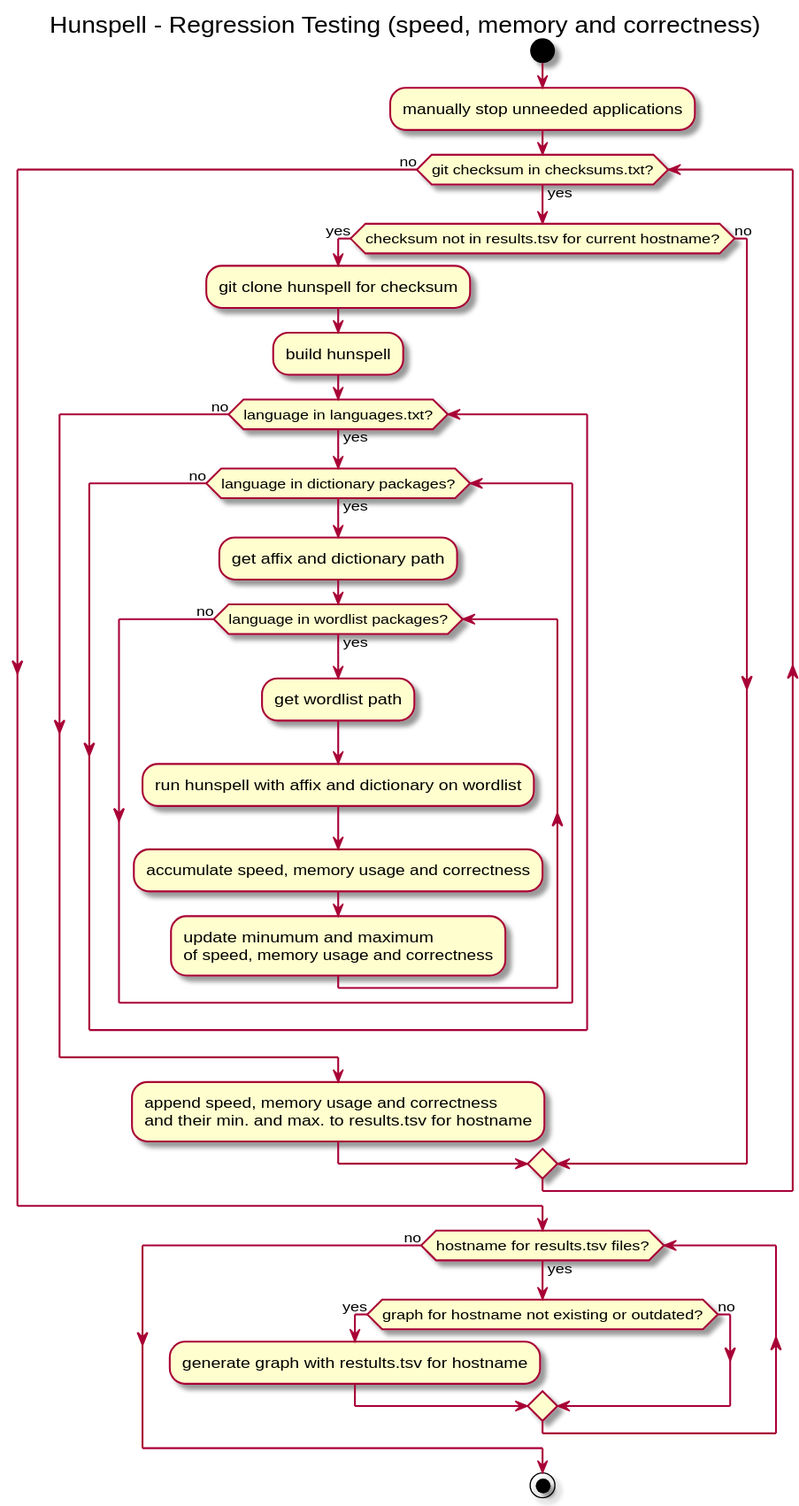
Above: uml/activity-diagrams/regression-testing-activity-diagram.svg in nuspell/misc-nuspell (PlantUML), before the change. Its source is kept beside it as uml/plantuml/regression-testing-activity-diagram.pu.
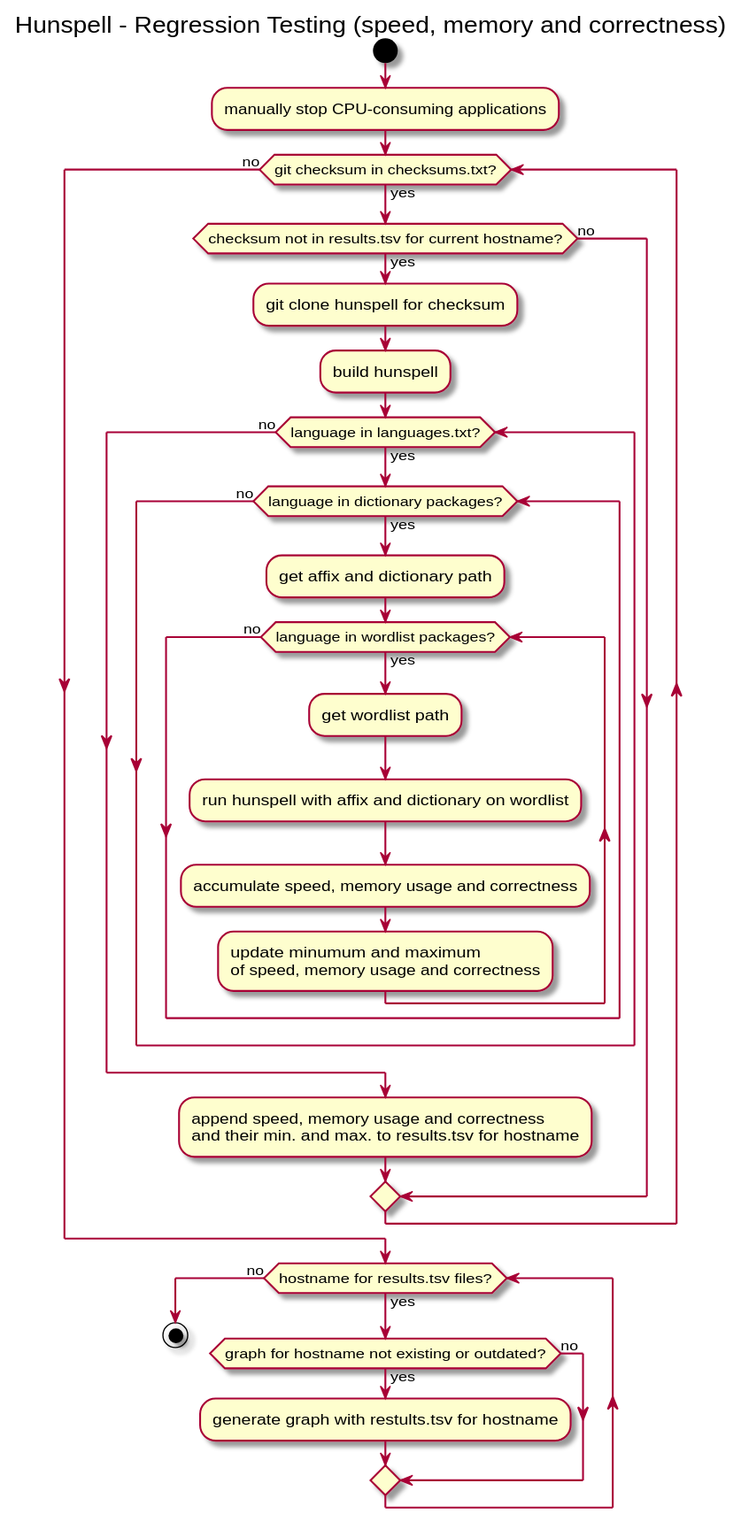
After the commit.

What changed in the source:
```diff
@@ -4,7 +4,7 @@
 title Hunspell - Regression Testing (speed, memory and correctness)
 
 start
-:manually stop unneeded applications;
+:manually stop CPU-consuming applications;
 while (git checksum in checksums.txt?) is (yes)
 	if (checksum not in results.tsv for current hostname?) then (yes)
 		:git clone hunspell for checksum;
```
